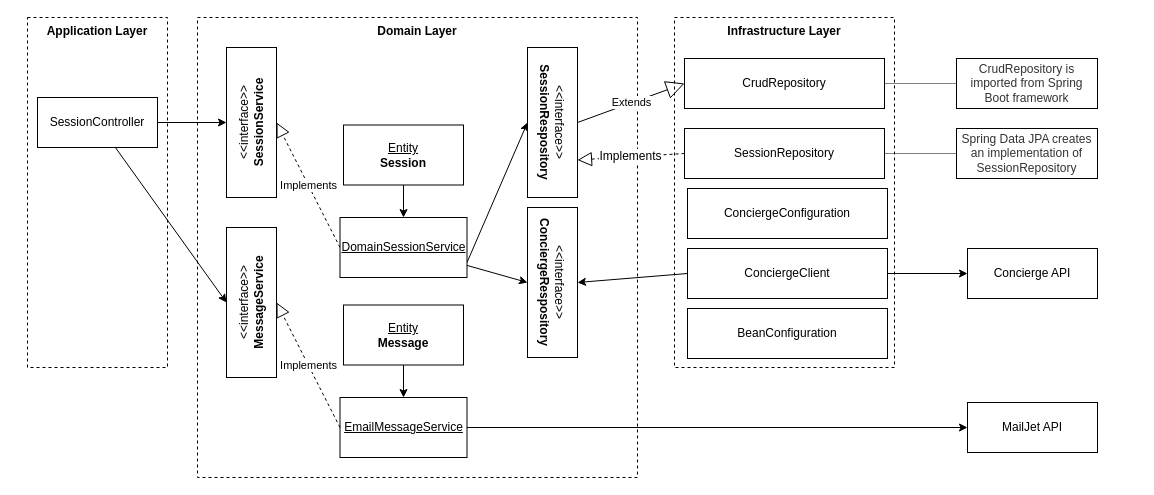
This is docs/drawings/working/Session_Architectural_Design.drawio from imtmcdonald/session-service, a draw.io file, before an edit. Source tidied: cells renumbered, new cells numbered last; positions are measured from the earlier drawing's top-left corner, leaving out a move shared by most shapes. Both pictures are drawn from the tidied source at 100%, with x=0, y=0 at pixel (27, 17).
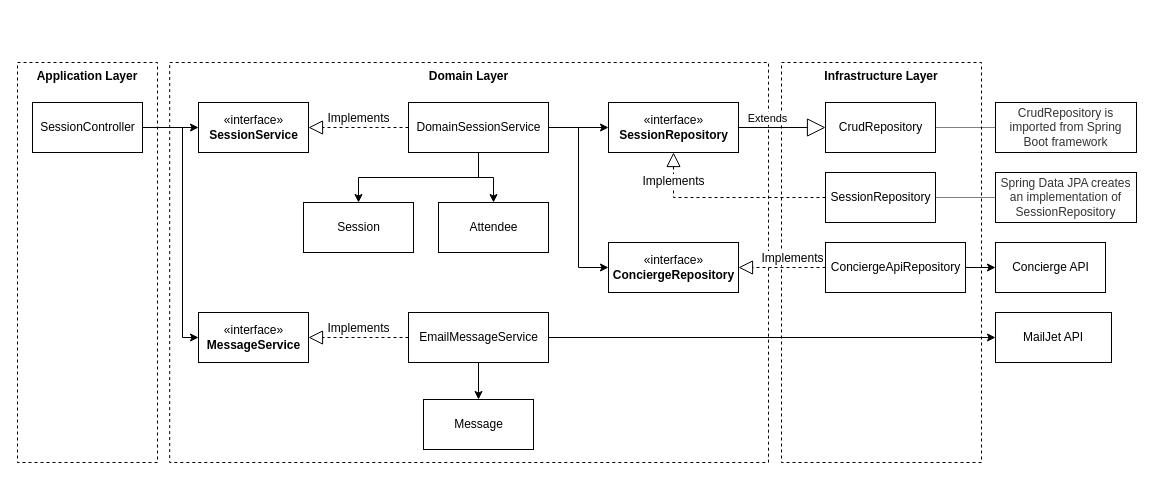
The same page after the edit.

Commit message:
Updated architecture diagram

Diff of the diagram source:
```diff
@@
     <mxCell id="2" value="&lt;b&gt;Domain Layer&lt;/b&gt;" style="rounded=0;whiteSpace=wrap;html=1;fontColor=default;dashed=1;verticalAlign=top;" parent="1" vertex="1">
-      <mxGeometry x="170" width="440" height="460" as="geometry" />
+      <mxGeometry x="142.2" y="45" width="598.8" height="400" as="geometry" />
     </mxCell>
     <mxCell id="3" value="&lt;b&gt;Infrastructure Layer&lt;/b&gt;" style="rounded=0;whiteSpace=wrap;html=1;fontColor=default;dashed=1;verticalAlign=top;" parent="1" vertex="1">
-      <mxGeometry x="647" width="220" height="350" as="geometry" />
+      <mxGeometry x="754" y="45" width="200" height="400" as="geometry" />
     </mxCell>
     <mxCell id="4" value="&lt;b&gt;Application Layer&lt;/b&gt;" style="rounded=0;whiteSpace=wrap;html=1;fontColor=default;dashed=1;verticalAlign=top;" parent="1" vertex="1">
-      <mxGeometry width="140" height="350" as="geometry" />
+      <mxGeometry x="-10" y="45" width="140" height="400" as="geometry" />
     </mxCell>
-    <mxCell id="5" style="edgeStyle=none;jettySize=auto;html=1;fontColor=default;" parent="1" edge="1" source="6" target="21">
-      <mxGeometry relative="1" as="geometry" />
-    </mxCell>
-    <mxCell id="6" value="&lt;u&gt;Entity&lt;/u&gt;&lt;br&gt;&lt;b&gt;Session&lt;/b&gt;" style="rounded=0;whiteSpace=wrap;html=1;" parent="1" vertex="1">
-      <mxGeometry x="316" y="107.5" width="120" height="60" as="geometry" />
-    </mxCell>
-    <mxCell id="7" value="&amp;lt;&amp;lt;interface&amp;gt;&amp;gt;&lt;br&gt;&lt;b&gt;SessionService&lt;/b&gt;" style="rounded=0;whiteSpace=wrap;html=1;rotation=-90;textDirection=rtl;fontColor=default;" parent="1" vertex="1">
-      <mxGeometry x="149" y="80" width="150" height="50" as="geometry" />
-    </mxCell>
-    <mxCell id="8" value="Implements" style="endArrow=block;dashed=1;endFill=0;endSize=12;html=1;exitX=0;exitY=0.5;exitDx=0;exitDy=0;entryX=0.5;entryY=1;entryDx=0;entryDy=0;" parent="1" edge="1" source="21" target="7">
-      <mxGeometry relative="1" as="geometry" />
-    </mxCell>
-    <mxCell id="9" style="edgeStyle=none;jettySize=auto;html=1;entryX=0.5;entryY=0;entryDx=0;entryDy=0;fontColor=default;" parent="1" edge="1" source="11" target="7">
-      <mxGeometry relative="1" as="geometry" />
-    </mxCell>
-    <mxCell id="10" style="edgeStyle=none;rounded=0;jettySize=auto;html=1;entryX=0.5;entryY=0;entryDx=0;entryDy=0;" parent="1" edge="1" source="11" target="34">
-      <mxGeometry relative="1" as="geometry" />
-    </mxCell>
+    <mxCell id="39" style="edgeStyle=orthogonalEdgeStyle;rounded=0;jettySize=auto;html=1;labelBackgroundColor=default;fontSize=12;startArrow=none;startFill=0;endArrow=classic;endFill=1;" parent="1" edge="1" source="11" target="42">
+      <mxGeometry relative="1" as="geometry" />
+    </mxCell>
+    <mxCell id="40" style="edgeStyle=orthogonalEdgeStyle;rounded=0;jettySize=auto;html=1;entryX=0;entryY=0.5;entryDx=0;entryDy=0;labelBackgroundColor=default;fontSize=12;startArrow=none;startFill=0;endArrow=classic;endFill=1;" parent="1" edge="1" source="11" target="41">
+      <mxGeometry relative="1" as="geometry">
+        <Array as="points">
+          <mxPoint x="155" y="110" />
+          <mxPoint x="155" y="320" />
+        </Array>
+      </mxGeometry>
+    </mxCell>
-    <mxCell id="11" value="SessionController" style="rounded=0;whiteSpace=wrap;html=1;" parent="1" vertex="1">
-      <mxGeometry x="10" y="80" width="120" height="50" as="geometry" />
+    <mxCell id="11" value="SessionController" style="html=1;fontSize=12;" parent="1" vertex="1">
+      <mxGeometry x="5" y="85" width="110" height="50" as="geometry" />
     </mxCell>
-    <mxCell id="12" value="&amp;lt;&amp;lt;interface&amp;gt;&amp;gt;&lt;br&gt;&lt;b&gt;ConciergeRespository&lt;/b&gt;" style="rounded=0;whiteSpace=wrap;html=1;rotation=90;textDirection=rtl;fontColor=default;" parent="1" vertex="1">
-      <mxGeometry x="450" y="240" width="150" height="50" as="geometry" />
-    </mxCell>
-    <mxCell id="13" style="edgeStyle=none;jettySize=auto;html=1;fontColor=default;" parent="1" edge="1" source="15" target="18">
-      <mxGeometry relative="1" as="geometry" />
-    </mxCell>
-    <mxCell id="14" style="edgeStyle=none;jettySize=auto;html=1;entryX=0.5;entryY=0;entryDx=0;entryDy=0;fontColor=default;exitX=0;exitY=0.5;exitDx=0;exitDy=0;" parent="1" edge="1" source="15" target="12">
-      <mxGeometry relative="1" as="geometry" />
-    </mxCell>
-    <mxCell id="15" value="ConciergeClient" style="rounded=0;whiteSpace=wrap;html=1;" parent="1" vertex="1">
-      <mxGeometry x="660" y="231" width="200" height="50" as="geometry" />
-    </mxCell>
-    <mxCell id="16" value="ConciergeConfiguration" style="rounded=0;whiteSpace=wrap;html=1;" parent="1" vertex="1">
-      <mxGeometry x="660" y="171" width="200" height="50" as="geometry" />
-    </mxCell>
-    <mxCell id="17" value="BeanConfiguration" style="rounded=0;whiteSpace=wrap;html=1;" parent="1" vertex="1">
-      <mxGeometry x="660" y="291" width="200" height="50" as="geometry" />
-    </mxCell>
-    <mxCell id="18" value="Concierge API" style="rounded=0;whiteSpace=wrap;html=1;" parent="1" vertex="1">
-      <mxGeometry x="940" y="231" width="130" height="50" as="geometry" />
-    </mxCell>
-    <mxCell id="19" style="edgeStyle=none;jettySize=auto;html=1;fontColor=default;exitX=1;exitY=0.75;exitDx=0;exitDy=0;entryX=0.5;entryY=1;entryDx=0;entryDy=0;" parent="1" edge="1" source="21" target="22">
-      <mxGeometry relative="1" as="geometry" />
-    </mxCell>
-    <mxCell id="20" style="edgeStyle=none;rounded=0;jettySize=auto;html=1;entryX=0.5;entryY=1;entryDx=0;entryDy=0;" parent="1" edge="1" source="21" target="12">
-      <mxGeometry relative="1" as="geometry" />
-    </mxCell>
+    <mxCell id="41" value="«interface»&lt;br&gt;&lt;b&gt;MessageService&lt;/b&gt;" style="html=1;fontSize=12;" parent="1" vertex="1">
+      <mxGeometry x="171" y="295" width="110" height="50" as="geometry" />
+    </mxCell>
+    <mxCell id="42" value="«interface»&lt;br&gt;&lt;b&gt;SessionService&lt;/b&gt;" style="html=1;fontSize=12;" parent="1" vertex="1">
+      <mxGeometry x="171" y="85" width="110" height="50" as="geometry" />
+    </mxCell>
+    <mxCell id="43" style="edgeStyle=orthogonalEdgeStyle;rounded=0;jettySize=auto;html=1;labelBackgroundColor=default;fontSize=12;startArrow=none;startFill=0;endArrow=classic;endFill=1;" parent="1" edge="1" source="21" target="50">
+      <mxGeometry relative="1" as="geometry" />
+    </mxCell>
+    <mxCell id="44" style="edgeStyle=orthogonalEdgeStyle;rounded=0;jettySize=auto;html=1;entryX=0.5;entryY=0;entryDx=0;entryDy=0;labelBackgroundColor=default;fontSize=12;startArrow=none;startFill=0;endArrow=classic;endFill=1;" parent="1" edge="1" source="21" target="52">
+      <mxGeometry relative="1" as="geometry" />
+    </mxCell>
+    <mxCell id="45" style="edgeStyle=orthogonalEdgeStyle;rounded=0;jettySize=auto;html=1;labelBackgroundColor=default;fontSize=12;startArrow=none;startFill=0;endArrow=classic;endFill=1;" parent="1" edge="1" source="21" target="53">
+      <mxGeometry relative="1" as="geometry" />
+    </mxCell>
+    <mxCell id="46" style="edgeStyle=orthogonalEdgeStyle;rounded=0;jettySize=auto;html=1;entryX=0;entryY=0.5;entryDx=0;entryDy=0;labelBackgroundColor=default;fontSize=12;startArrow=none;startFill=0;endArrow=classic;endFill=1;" parent="1" edge="1" source="21" target="54">
+      <mxGeometry relative="1" as="geometry">
+        <Array as="points">
+          <mxPoint x="551" y="110" />
+          <mxPoint x="551" y="250" />
+        </Array>
+      </mxGeometry>
+    </mxCell>
-    <mxCell id="21" value="&lt;u&gt;DomainSessionService&lt;/u&gt;" style="rounded=0;whiteSpace=wrap;html=1;" parent="1" vertex="1">
-      <mxGeometry x="312.5" y="200" width="127" height="60" as="geometry" />
+    <mxCell id="21" value="DomainSessionService" style="html=1;fontSize=12;" parent="1" vertex="1">
+      <mxGeometry x="381" y="85" width="140" height="50" as="geometry" />
     </mxCell>
-    <mxCell id="22" value="&amp;lt;&amp;lt;interface&amp;gt;&amp;gt;&lt;br&gt;&lt;b&gt;SessionRespository&lt;/b&gt;" style="rounded=0;whiteSpace=wrap;html=1;rotation=90;textDirection=rtl;fontColor=default;" parent="1" vertex="1">
-      <mxGeometry x="450" y="80" width="150" height="50" as="geometry" />
-    </mxCell>
+    <mxCell id="47" value="Implements" style="endArrow=block;dashed=1;endFill=0;endSize=12;html=1;exitX=0;exitY=0.5;exitDx=0;exitDy=0;entryX=1;entryY=0.5;entryDx=0;entryDy=0;verticalAlign=bottom;fontSize=12;" parent="1" edge="1" source="21" target="42">
+      <mxGeometry relative="1" as="geometry" />
+    </mxCell>
+    <mxCell id="48" style="edgeStyle=orthogonalEdgeStyle;rounded=0;jettySize=auto;html=1;labelBackgroundColor=default;fontSize=12;startArrow=none;startFill=0;endArrow=classic;endFill=1;" parent="1" edge="1" source="36" target="51">
+      <mxGeometry relative="1" as="geometry" />
+    </mxCell>
+    <mxCell id="35" style="edgeStyle=orthogonalEdgeStyle;rounded=0;jettySize=auto;html=1;entryX=0;entryY=0.5;entryDx=0;entryDy=0;labelBackgroundColor=default;fontSize=12;startArrow=none;startFill=0;endArrow=classic;endFill=1;" parent="1" edge="1" source="36" target="38">
+      <mxGeometry relative="1" as="geometry" />
+    </mxCell>
+    <mxCell id="36" value="EmailMessageService" style="html=1;fontSize=12;" parent="1" vertex="1">
+      <mxGeometry x="381" y="295" width="140" height="50" as="geometry" />
+    </mxCell>
+    <mxCell id="49" value="Implements" style="endArrow=block;dashed=1;endFill=0;endSize=12;html=1;exitX=0;exitY=0.5;exitDx=0;exitDy=0;entryX=1;entryY=0.5;entryDx=0;entryDy=0;verticalAlign=bottom;fontSize=12;" parent="1" edge="1" source="36" target="41">
+      <mxGeometry relative="1" as="geometry" />
+    </mxCell>
+    <mxCell id="50" value="Session" style="html=1;fontSize=12;" parent="1" vertex="1">
+      <mxGeometry x="276" y="185" width="110" height="50" as="geometry" />
+    </mxCell>
+    <mxCell id="51" value="Message" style="html=1;fontSize=12;" parent="1" vertex="1">
+      <mxGeometry x="396" y="382" width="110" height="50" as="geometry" />
+    </mxCell>
+    <mxCell id="52" value="Attendee" style="html=1;fontSize=12;" parent="1" vertex="1">
+      <mxGeometry x="411" y="185" width="110" height="50" as="geometry" />
+    </mxCell>
+    <mxCell id="53" value="«interface»&lt;br&gt;&lt;b&gt;SessionRepository&lt;/b&gt;" style="html=1;fontSize=12;" parent="1" vertex="1">
+      <mxGeometry x="581" y="85" width="130" height="50" as="geometry" />
+    </mxCell>
+    <mxCell id="54" value="«interface»&lt;br&gt;&lt;b&gt;ConciergeRepository&lt;/b&gt;" style="html=1;fontSize=12;" parent="1" vertex="1">
+      <mxGeometry x="581" y="225" width="130" height="50" as="geometry" />
+    </mxCell>
-    <mxCell id="23" value="CrudRepository" style="rounded=0;whiteSpace=wrap;html=1;" parent="1" vertex="1">
-      <mxGeometry x="657" y="41" width="200" height="50" as="geometry" />
+    <mxCell id="23" value="CrudRepository" style="html=1;fontSize=12;" parent="1" vertex="1">
+      <mxGeometry x="798" y="85" width="110" height="50" as="geometry" />
     </mxCell>
-    <mxCell id="24" style="edgeStyle=none;rounded=0;orthogonalLoop=1;jettySize=auto;html=1;exitX=0.5;exitY=1;exitDx=0;exitDy=0;" parent="1" edge="1" source="22" target="22">
-      <mxGeometry relative="1" as="geometry" />
-    </mxCell>
+    <mxCell id="26" value="SessionRepository" style="html=1;fontSize=12;" parent="1" vertex="1">
+      <mxGeometry x="798" y="155" width="110" height="50" as="geometry" />
+    </mxCell>
-    <mxCell id="25" value="Extends" style="endArrow=block;endSize=16;endFill=0;html=1;rounded=0;entryX=0;entryY=0.5;entryDx=0;entryDy=0;exitX=0.5;exitY=0;exitDx=0;exitDy=0;" parent="1" edge="1" source="22" target="23">
-      <mxGeometry relative="1" as="geometry" />
+    <mxCell id="25" value="Extends" style="endArrow=block;endSize=16;endFill=0;html=1;rounded=0;entryX=0;entryY=0.5;entryDx=0;entryDy=0;exitX=1;exitY=0.5;exitDx=0;exitDy=0;verticalAlign=bottom;" parent="1" edge="1" source="53" target="23">
+      <mxGeometry x="-0.33" relative="1" as="geometry" />
     </mxCell>
-    <mxCell id="26" value="SessionRepository" style="rounded=0;whiteSpace=wrap;html=1;" parent="1" vertex="1">
-      <mxGeometry x="657" y="111" width="200" height="50" as="geometry" />
-    </mxCell>
-    <mxCell id="27" value="Implements" style="endArrow=block;dashed=1;endFill=0;endSize=12;html=1;rounded=0;fontFamily=Helvetica;fontSize=12;entryX=0.75;entryY=0;entryDx=0;entryDy=0;exitX=0;exitY=0.5;exitDx=0;exitDy=0;" parent="1" edge="1" source="26" target="22">
-      <mxGeometry relative="1" as="geometry" />
-    </mxCell>
+    <mxCell id="55" value="Implements" style="endArrow=block;dashed=1;endFill=0;endSize=12;html=1;rounded=0;fontFamily=Helvetica;fontSize=12;exitX=0;exitY=0.5;exitDx=0;exitDy=0;verticalAlign=middle;entryX=0.5;entryY=1;entryDx=0;entryDy=0;edgeStyle=orthogonalEdgeStyle;" parent="1" edge="1" source="26" target="53">
+      <mxGeometry x="0.71" relative="1" as="geometry" />
+    </mxCell>
+    <mxCell id="56" style="edgeStyle=orthogonalEdgeStyle;rounded=0;jettySize=auto;html=1;labelBackgroundColor=default;fontSize=12;startArrow=none;startFill=0;endArrow=classic;endFill=1;" parent="1" edge="1" source="57" target="18">
+      <mxGeometry relative="1" as="geometry" />
+    </mxCell>
+    <mxCell id="57" value="ConciergeApiRepository" style="html=1;fontSize=12;" parent="1" vertex="1">
+      <mxGeometry x="798" y="225" width="140" height="50" as="geometry" />
+    </mxCell>
+    <mxCell id="58" value="Implements" style="endArrow=block;dashed=1;endFill=0;endSize=12;html=1;rounded=0;fontFamily=Helvetica;fontSize=12;verticalAlign=bottom;" parent="1" edge="1" source="57" target="54">
+      <mxGeometry x="-0.24" relative="1" as="geometry" />
+    </mxCell>
+    <mxCell id="30" style="edgeStyle=orthogonalEdgeStyle;rounded=0;jettySize=auto;html=1;labelBackgroundColor=default;fontSize=12;startArrow=none;startFill=0;endArrow=none;endFill=0;dashed=1;dashPattern=1 1;" parent="1" edge="1" source="31" target="23">
+      <mxGeometry relative="1" as="geometry" />
+    </mxCell>
+    <mxCell id="31" value="&lt;span style=&quot;color: rgb(51, 51, 51); text-align: start;&quot;&gt;CrudRepository is imported from Spring Boot framework&lt;/span&gt;" style="text;html=1;strokeColor=default;fillColor=none;align=center;verticalAlign=middle;whiteSpace=wrap;rounded=0;fontFamily=Helvetica;fontSize=12;" parent="1" vertex="1">
+      <mxGeometry x="968" y="85" width="141" height="50" as="geometry" />
+    </mxCell>
-    <mxCell id="28" style="edgeStyle=orthogonalEdgeStyle;rounded=0;jettySize=auto;html=1;entryX=1;entryY=0.5;entryDx=0;entryDy=0;fontFamily=Helvetica;fontSize=12;endArrow=none;endFill=0;dashed=1;dashPattern=1 1;" parent="1" edge="1" source="29" target="26">
+    <mxCell id="28" style="edgeStyle=orthogonalEdgeStyle;rounded=0;jettySize=auto;html=1;dashed=1;dashPattern=1 1;labelBackgroundColor=default;fontSize=12;startArrow=none;startFill=0;endArrow=none;endFill=0;" parent="1" edge="1" source="29" target="26">
       <mxGeometry relative="1" as="geometry" />
     </mxCell>
     <mxCell id="29" value="&lt;span style=&quot;color: rgb(51, 51, 51); text-align: start;&quot;&gt;Spring Data JPA creates an implementation of SessionRepository&lt;/span&gt;" style="text;html=1;strokeColor=default;fillColor=none;align=center;verticalAlign=middle;whiteSpace=wrap;rounded=0;fontFamily=Helvetica;fontSize=12;" parent="1" vertex="1">
-      <mxGeometry x="929" y="111" width="141" height="50" as="geometry" />
+      <mxGeometry x="968" y="155" width="141" height="50" as="geometry" />
     </mxCell>
-    <mxCell id="30" style="edgeStyle=orthogonalEdgeStyle;rounded=0;jettySize=auto;html=1;entryX=1;entryY=0.5;entryDx=0;entryDy=0;dashed=1;dashPattern=1 1;fontFamily=Helvetica;fontSize=12;endArrow=none;endFill=0;" parent="1" edge="1" source="31" target="23">
-      <mxGeometry relative="1" as="geometry" />
-    </mxCell>
-    <mxCell id="31" value="&lt;span style=&quot;color: rgb(51, 51, 51); text-align: start;&quot;&gt;CrudRepository is imported from Spring Boot framework&lt;/span&gt;" style="text;html=1;strokeColor=default;fillColor=none;align=center;verticalAlign=middle;whiteSpace=wrap;rounded=0;fontFamily=Helvetica;fontSize=12;" parent="1" vertex="1">
-      <mxGeometry x="929" y="41" width="141" height="50" as="geometry" />
-    </mxCell>
-    <mxCell id="32" style="edgeStyle=orthogonalEdgeStyle;rounded=0;jettySize=auto;html=1;entryX=0.5;entryY=0;entryDx=0;entryDy=0;" parent="1" edge="1" source="33" target="36">
-      <mxGeometry relative="1" as="geometry" />
-    </mxCell>
-    <mxCell id="33" value="&lt;u&gt;Entity&lt;/u&gt;&lt;br&gt;&lt;b&gt;Message&lt;/b&gt;" style="rounded=0;whiteSpace=wrap;html=1;" parent="1" vertex="1">
-      <mxGeometry x="316" y="287.5" width="120" height="60" as="geometry" />
-    </mxCell>
-    <mxCell id="34" value="&amp;lt;&amp;lt;interface&amp;gt;&amp;gt;&lt;br&gt;&lt;b&gt;MessageService&lt;/b&gt;" style="rounded=0;whiteSpace=wrap;html=1;rotation=-90;textDirection=rtl;fontColor=default;" parent="1" vertex="1">
-      <mxGeometry x="149" y="260" width="150" height="50" as="geometry" />
-    </mxCell>
-    <mxCell id="35" style="edgeStyle=none;rounded=0;jettySize=auto;html=1;entryX=0;entryY=0.5;entryDx=0;entryDy=0;" parent="1" edge="1" source="36" target="38">
-      <mxGeometry relative="1" as="geometry" />
-    </mxCell>
-    <mxCell id="36" value="&lt;u&gt;EmailMessageService&lt;/u&gt;" style="rounded=0;whiteSpace=wrap;html=1;" parent="1" vertex="1">
-      <mxGeometry x="312.5" y="380" width="127" height="60" as="geometry" />
-    </mxCell>
-    <mxCell id="37" value="Implements" style="endArrow=block;dashed=1;endFill=0;endSize=12;html=1;exitX=0;exitY=0.5;exitDx=0;exitDy=0;entryX=0.5;entryY=1;entryDx=0;entryDy=0;" parent="1" edge="1" source="36" target="34">
-      <mxGeometry relative="1" as="geometry" />
-    </mxCell>
+    <mxCell id="18" value="Concierge API" style="html=1;fontSize=12;" parent="1" vertex="1">
+      <mxGeometry x="968" y="225" width="110" height="50" as="geometry" />
+    </mxCell>
     <mxCell id="38" value="MailJet API" style="rounded=0;whiteSpace=wrap;html=1;" parent="1" vertex="1">
-      <mxGeometry x="940" y="385" width="130" height="50" as="geometry" />
+      <mxGeometry x="968" y="295" width="116" height="50" as="geometry" />
     </mxCell>
```
